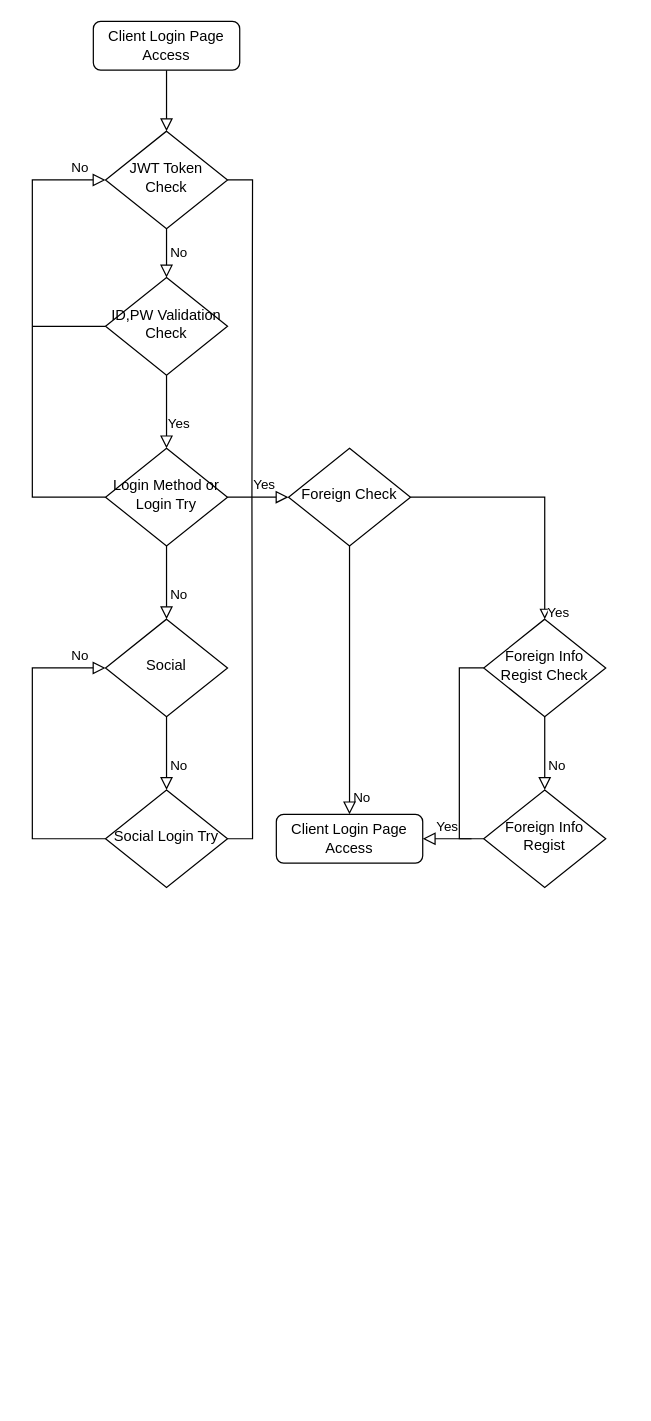
Earlier version of the draw.io diagram page "Login" (1 of 4) of 제목 없는 다이어그램.drawio (chamatung/TourKuma). Source tidied: cells renumbered, new cells numbered last; positions are measured from the earlier drawing's top-left corner, leaving out a move shared by most shapes. Both pictures are drawn from the tidied source at 122%, with x=0, y=0 at pixel (32, 21).
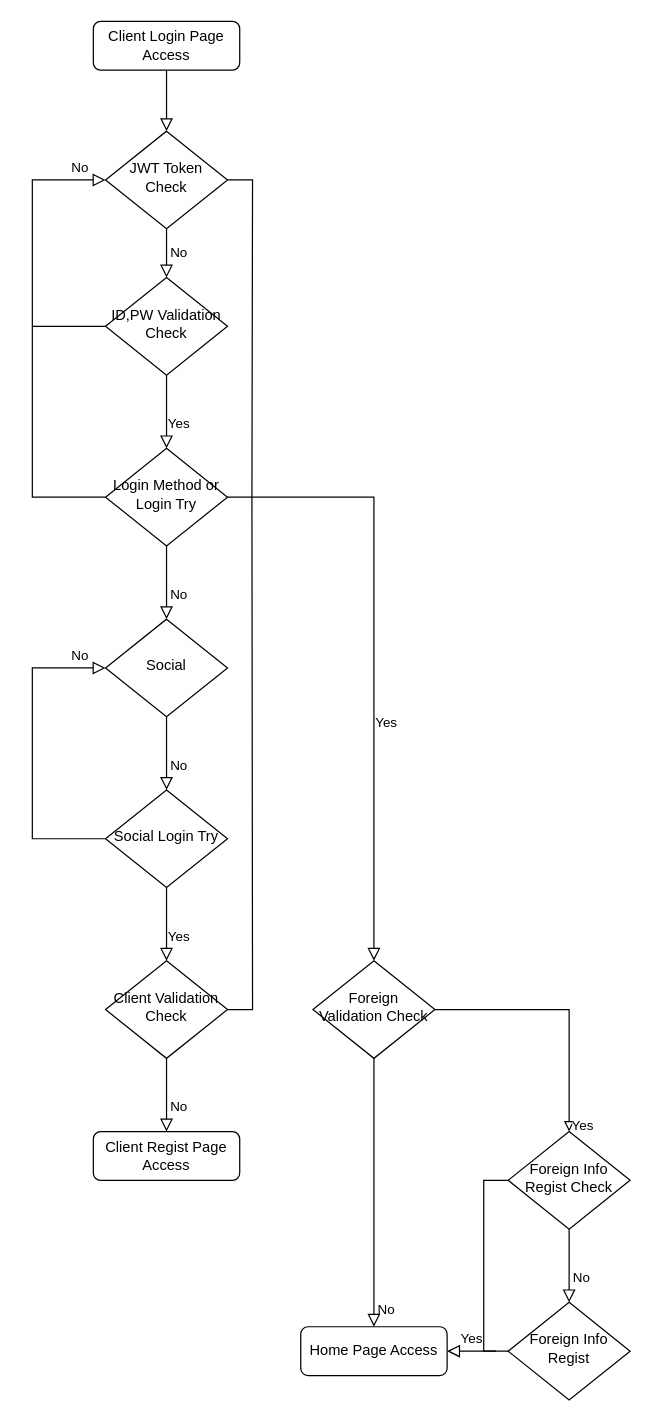
The same page after the edit.

Commit message:
제목 없는 다이어그램.drawio 업데이트

Unchanged cells that the change refers to:
```xml
<mxCell id="10" value="Login Method or Login Try" style="rhombus;whiteSpace=wrap;html=1;shadow=0;fontFamily=Helvetica;fontSize=12;align=center;strokeWidth=1;spacing=6;spacingTop=-4;" parent="1" vertex="1">
  <mxGeometry x="60" y="350" width="100" height="80" as="geometry" />
</mxCell>
<mxCell id="16" value="Social Login Try" style="rhombus;whiteSpace=wrap;html=1;shadow=0;fontFamily=Helvetica;fontSize=12;align=center;strokeWidth=1;spacing=6;spacingTop=-4;" parent="1" vertex="1">
  <mxGeometry x="60" y="630" width="100" height="80" as="geometry" />
</mxCell>
```

Diff of the diagram source:
```diff
@@
-    <mxCell id="11" value="Yes" style="edgeStyle=orthogonalEdgeStyle;rounded=0;html=1;jettySize=auto;fontSize=11;endArrow=block;endFill=0;endSize=8;strokeWidth=1;shadow=0;labelBackgroundColor=none;exitX=1;exitY=0.5;exitDx=0;exitDy=0;" parent="1" edge="1" source="10">
-      <mxGeometry x="0.22" y="10" relative="1" as="geometry">
-        <mxPoint x="210" y="390" as="targetPoint" />
-      </mxGeometry>
+    <mxCell id="11" value="Yes" style="edgeStyle=orthogonalEdgeStyle;rounded=0;html=1;jettySize=auto;fontSize=11;endArrow=block;endFill=0;endSize=8;strokeWidth=1;shadow=0;labelBackgroundColor=none;exitX=1;exitY=0.5;exitDx=0;exitDy=0;entryX=0.5;entryY=0;entryDx=0;entryDy=0;" parent="1" edge="1" source="10" target="12">
+      <mxGeometry x="0.22" y="10" relative="1" as="geometry" />
     </mxCell>
-    <mxCell id="12" value="Foreign Check" style="rhombus;whiteSpace=wrap;html=1;shadow=0;fontFamily=Helvetica;fontSize=12;align=center;strokeWidth=1;spacing=6;spacingTop=-4;" parent="1" vertex="1">
-      <mxGeometry x="210" y="350" width="100" height="80" as="geometry" />
+    <mxCell id="12" value="Foreign Validation Check" style="rhombus;whiteSpace=wrap;html=1;shadow=0;fontFamily=Helvetica;fontSize=12;align=center;strokeWidth=1;spacing=6;spacingTop=-4;" parent="1" vertex="1">
+      <mxGeometry x="230" y="770" width="100" height="80" as="geometry" />
     </mxCell>
@@
     <mxCell id="18" value="No" style="edgeStyle=orthogonalEdgeStyle;rounded=0;html=1;jettySize=auto;fontSize=11;endArrow=block;endFill=0;endSize=8;strokeWidth=1;shadow=0;labelBackgroundColor=none;exitX=0.5;exitY=1;exitDx=0;exitDy=0;entryX=0.5;entryY=0;entryDx=0;entryDy=0;" parent="1" edge="1" source="12" target="22">
       <mxGeometry x="0.87" y="10" relative="1" as="geometry">
         <Array as="points">
-          <mxPoint x="260" y="650" />
+          <mxPoint x="280" y="1070" />
         </Array>
       </mxGeometry>
     </mxCell>
     <mxCell id="19" value="Foreign Info Regist Check" style="rhombus;whiteSpace=wrap;html=1;shadow=0;fontFamily=Helvetica;fontSize=12;align=center;strokeWidth=1;spacing=6;spacingTop=-4;" parent="1" vertex="1">
-      <mxGeometry x="370" y="490" width="100" height="80" as="geometry" />
+      <mxGeometry x="390" y="910" width="100" height="80" as="geometry" />
     </mxCell>
@@
-    <mxCell id="22" value="Client Login Page Access" style="rounded=1;whiteSpace=wrap;html=1;fontSize=12;glass=0;strokeWidth=1;shadow=0;" parent="1" vertex="1">
-      <mxGeometry x="200" y="650" width="120" height="40" as="geometry" />
+    <mxCell id="22" value="Home&amp;nbsp;Page Access" style="rounded=1;whiteSpace=wrap;html=1;fontSize=12;glass=0;strokeWidth=1;shadow=0;" parent="1" vertex="1">
+      <mxGeometry x="220" y="1070" width="120" height="40" as="geometry" />
     </mxCell>
     <mxCell id="23" value="Foreign Info Regist" style="rhombus;whiteSpace=wrap;html=1;shadow=0;fontFamily=Helvetica;fontSize=12;align=center;strokeWidth=1;spacing=6;spacingTop=-4;" parent="1" vertex="1">
-      <mxGeometry x="370" y="630" width="100" height="80" as="geometry" />
+      <mxGeometry x="390" y="1050" width="100" height="80" as="geometry" />
     </mxCell>
     <mxCell id="24" value="No" style="rounded=0;html=1;jettySize=auto;orthogonalLoop=1;fontSize=11;endArrow=block;endFill=0;endSize=8;strokeWidth=1;shadow=0;labelBackgroundColor=none;edgeStyle=orthogonalEdgeStyle;" parent="1" edge="1">
       <mxGeometry x="0.33" y="10" relative="1" as="geometry">
-        <mxPoint x="420" y="570" as="sourcePoint" />
-        <mxPoint x="420" y="630" as="targetPoint" />
+        <mxPoint x="440" y="990" as="sourcePoint" />
+        <mxPoint x="440" y="1050" as="targetPoint" />
       </mxGeometry>
     </mxCell>
@@
     <mxCell id="26" style="endArrow=none;html=1;rounded=0;exitX=0;exitY=0.5;exitDx=0;exitDy=0;edgeStyle=orthogonalEdgeStyle;" parent="1" edge="1" source="19">
       <mxGeometry relative="1" as="geometry">
-        <mxPoint x="360" y="670" as="targetPoint" />
+        <mxPoint x="380" y="1090" as="targetPoint" />
         <Array as="points">
-          <mxPoint x="350" y="530" />
-          <mxPoint x="350" y="670" />
+          <mxPoint x="370" y="950" />
+          <mxPoint x="370" y="1090" />
         </Array>
       </mxGeometry>
     </mxCell>
-    <mxCell id="27" style="endArrow=none;html=1;rounded=0;exitX=1;exitY=0.5;exitDx=0;exitDy=0;edgeStyle=orthogonalEdgeStyle;" parent="1" edge="1" source="16">
+    <mxCell id="27" style="endArrow=none;html=1;rounded=0;exitX=1;exitY=0.5;exitDx=0;exitDy=0;edgeStyle=orthogonalEdgeStyle;" parent="1" edge="1" source="29">
       <mxGeometry relative="1" as="geometry">
         <mxPoint x="180" y="390" as="targetPoint" />
       </mxGeometry>
     </mxCell>
@@
+    <mxCell id="29" value="Client Validation Check" style="rhombus;whiteSpace=wrap;html=1;shadow=0;fontFamily=Helvetica;fontSize=12;align=center;strokeWidth=1;spacing=6;spacingTop=-4;" parent="1" vertex="1">
+      <mxGeometry x="60" y="770" width="100" height="80" as="geometry" />
+    </mxCell>
+    <mxCell id="30" value="Yes" style="rounded=0;html=1;jettySize=auto;orthogonalLoop=1;fontSize=11;endArrow=block;endFill=0;endSize=8;strokeWidth=1;shadow=0;labelBackgroundColor=none;edgeStyle=orthogonalEdgeStyle;" parent="1" edge="1">
+      <mxGeometry x="0.33" y="10" relative="1" as="geometry">
+        <mxPoint x="110" y="710" as="sourcePoint" />
+        <mxPoint x="110" y="770" as="targetPoint" />
+      </mxGeometry>
+    </mxCell>
+    <mxCell id="31" value="No" style="rounded=0;html=1;jettySize=auto;orthogonalLoop=1;fontSize=11;endArrow=block;endFill=0;endSize=8;strokeWidth=1;shadow=0;labelBackgroundColor=none;edgeStyle=orthogonalEdgeStyle;" parent="1" edge="1">
+      <mxGeometry x="0.33" y="10" relative="1" as="geometry">
+        <mxPoint x="110" y="850" as="sourcePoint" />
+        <mxPoint x="110" y="910" as="targetPoint" />
+      </mxGeometry>
+    </mxCell>
+    <mxCell id="32" value="Client Regist Page Access" style="rounded=1;whiteSpace=wrap;html=1;fontSize=12;glass=0;strokeWidth=1;shadow=0;" parent="1" vertex="1">
+      <mxGeometry x="50" y="910" width="120" height="40" as="geometry" />
+    </mxCell>
```
